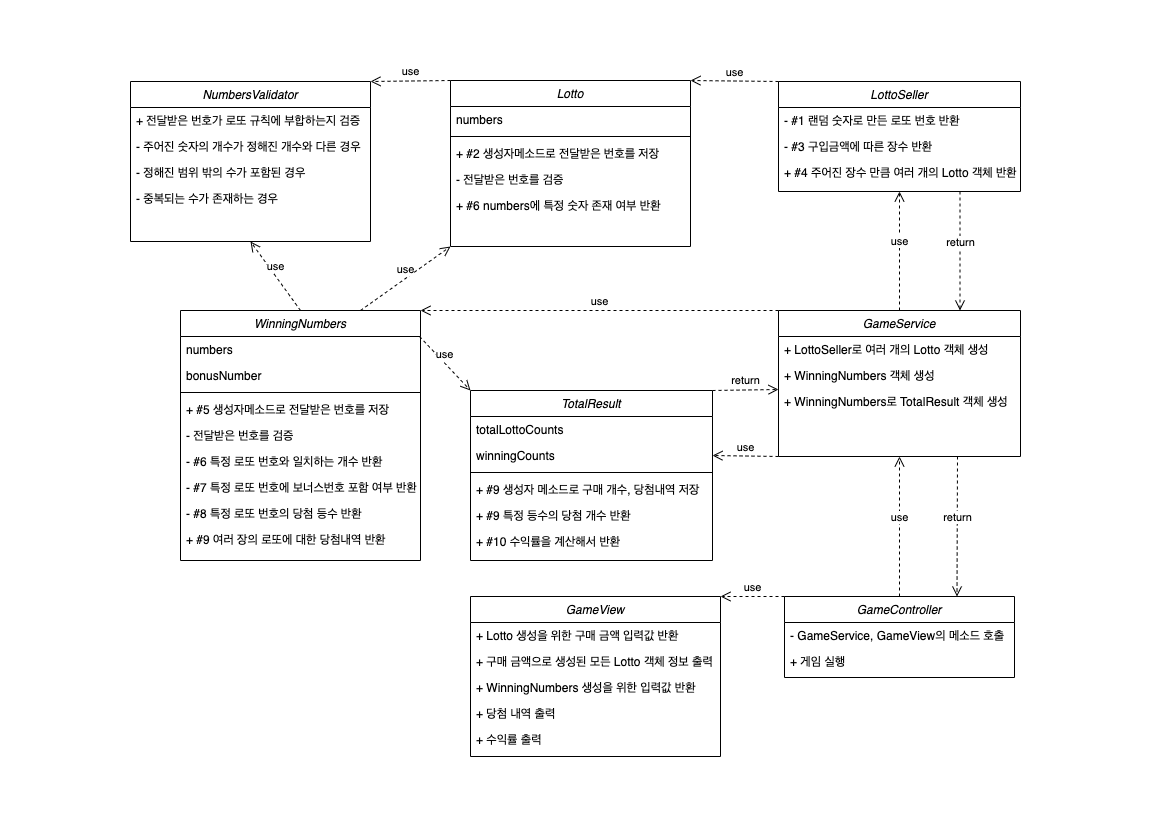
Earlier version of the draw.io export docs/class-diagram.drawio.png (yoondgu/java-lotto). Source tidied: cells renumbered, new cells last; positions are measured from the earlier drawing's top-left corner, leaving out a move shared by most shapes.
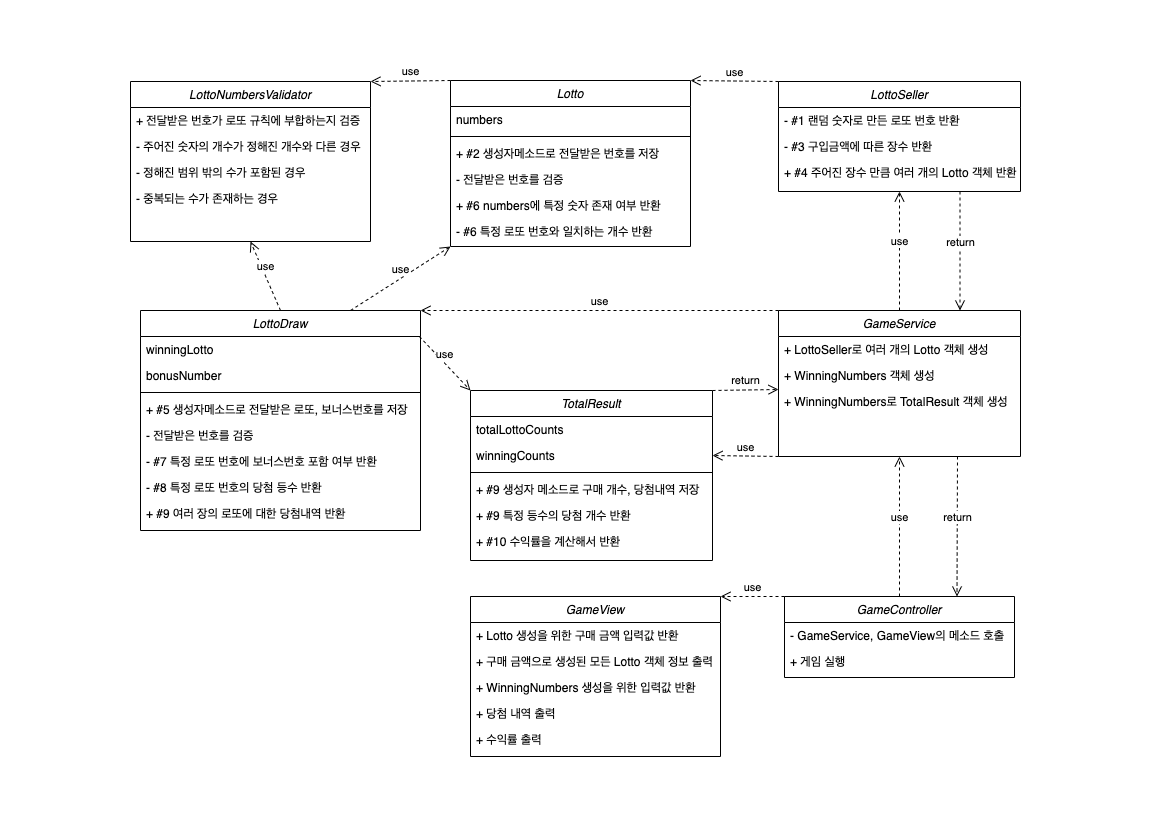
The same file after the commit.

Commit message:
:memo:docs: 클래스 다이어그램에 리팩토링으로 인한 변경사항 반영

What changed in the source:
```diff
@@ -20,6 +20,9 @@
     <mxCell id="7" value="+ #6 numbers에 특정 숫자 존재 여부 반환" style="text;align=left;verticalAlign=top;spacingLeft=4;spacingRight=4;overflow=hidden;" parent="2" vertex="1">
       <mxGeometry y="112" width="240" height="26" as="geometry" />
     </mxCell>
+    <mxCell id="18" value="- #6 특정 로또 번호와 일치하는 개수 반환" style="text;align=left;verticalAlign=top;spacingLeft=4;spacingRight=4;overflow=hidden;" parent="2" vertex="1">
+      <mxGeometry y="138" width="240" height="26" as="geometry" />
+    </mxCell>
     <mxCell id="8" value="LottoSeller" style="swimlane;fontStyle=2;align=center;verticalAlign=top;horizontal=1;startSize=26;rounded=0;shadow=0;strokeWidth=1;" parent="1" vertex="1">
       <mxGeometry x="648" y="1" width="242" height="110" as="geometry" />
     </mxCell>
@@ -32,40 +35,37 @@
     <mxCell id="11" value="+ #4 주어진 장수 만큼 여러 개의 Lotto 객체 반환&#10;" style="text;align=left;verticalAlign=top;spacingLeft=4;spacingRight=4;overflow=hidden;rounded=0;shadow=0;html=0;" parent="8" vertex="1">
       <mxGeometry y="78" width="242" height="26" as="geometry" />
     </mxCell>
-    <mxCell id="12" value="WinningNumbers" style="swimlane;fontStyle=2;align=center;verticalAlign=top;horizontal=1;startSize=26;rounded=0;shadow=0;strokeWidth=1;" parent="1" vertex="1">
-      <mxGeometry x="50" y="230" width="240" height="250" as="geometry" />
+    <mxCell id="12" value="LottoDraw" style="swimlane;fontStyle=2;align=center;verticalAlign=top;horizontal=1;startSize=26;rounded=0;shadow=0;strokeWidth=1;" parent="1" vertex="1">
+      <mxGeometry x="10" y="230" width="280" height="220" as="geometry" />
     </mxCell>
-    <mxCell id="13" value="numbers" style="text;align=left;verticalAlign=top;spacingLeft=4;spacingRight=4;overflow=hidden;points=[[0,0.5],[1,0.5]];portConstraint=eastwest;" parent="12" vertex="1">
-      <mxGeometry y="26" width="240" height="26" as="geometry" />
+    <mxCell id="13" value="winningLotto" style="text;align=left;verticalAlign=top;spacingLeft=4;spacingRight=4;overflow=hidden;points=[[0,0.5],[1,0.5]];portConstraint=eastwest;" parent="12" vertex="1">
+      <mxGeometry y="26" width="280" height="26" as="geometry" />
     </mxCell>
     <mxCell id="14" value="bonusNumber" style="text;align=left;verticalAlign=top;spacingLeft=4;spacingRight=4;overflow=hidden;" parent="12" vertex="1">
-      <mxGeometry y="52" width="240" height="26" as="geometry" />
+      <mxGeometry y="52" width="280" height="26" as="geometry" />
     </mxCell>
     <mxCell id="15" style="line;html=1;strokeWidth=1;align=left;verticalAlign=middle;spacingTop=-1;spacingLeft=3;spacingRight=3;labelPosition=right;" parent="12" vertex="1">
-      <mxGeometry y="78" width="240" height="8" as="geometry" />
+      <mxGeometry y="78" width="280" height="8" as="geometry" />
     </mxCell>
-    <mxCell id="16" value="+ #5 생성자메소드로 전달받은 번호를 저장" style="text;align=left;verticalAlign=top;spacingLeft=4;spacingRight=4;overflow=hidden;" parent="12" vertex="1">
-      <mxGeometry y="86" width="240" height="26" as="geometry" />
+    <mxCell id="16" value="+ #5 생성자메소드로 전달받은 로또, 보너스번호를 저장" style="text;align=left;verticalAlign=top;spacingLeft=4;spacingRight=4;overflow=hidden;" parent="12" vertex="1">
+      <mxGeometry y="86" width="280" height="26" as="geometry" />
     </mxCell>
     <mxCell id="17" value="- 전달받은 번호를 검증" style="text;align=left;verticalAlign=top;spacingLeft=4;spacingRight=4;overflow=hidden;" parent="12" vertex="1">
-      <mxGeometry y="112" width="240" height="26" as="geometry" />
+      <mxGeometry y="112" width="280" height="26" as="geometry" />
     </mxCell>
-    <mxCell id="18" value="- #6 특정 로또 번호와 일치하는 개수 반환" style="text;align=left;verticalAlign=top;spacingLeft=4;spacingRight=4;overflow=hidden;" parent="12" vertex="1">
-      <mxGeometry y="138" width="240" height="26" as="geometry" />
-    </mxCell>
     <mxCell id="19" value="- #7 특정 로또 번호에 보너스번호 포함 여부 반환" style="text;align=left;verticalAlign=top;spacingLeft=4;spacingRight=4;overflow=hidden;" parent="12" vertex="1">
-      <mxGeometry y="164" width="240" height="26" as="geometry" />
+      <mxGeometry y="138" width="280" height="26" as="geometry" />
     </mxCell>
     <mxCell id="20" value="- #8 특정 로또 번호의 당첨 등수 반환" style="text;align=left;verticalAlign=top;spacingLeft=4;spacingRight=4;overflow=hidden;" parent="12" vertex="1">
-      <mxGeometry y="190" width="240" height="26" as="geometry" />
+      <mxGeometry y="164" width="280" height="26" as="geometry" />
     </mxCell>
     <mxCell id="21" value="+ #9 여러 장의 로또에 대한 당첨내역 반환" style="text;align=left;verticalAlign=top;spacingLeft=4;spacingRight=4;overflow=hidden;" parent="12" vertex="1">
-      <mxGeometry y="216" width="240" height="26" as="geometry" />
+      <mxGeometry y="190" width="280" height="26" as="geometry" />
     </mxCell>
     <mxCell id="22" value="use" style="html=1;verticalAlign=bottom;endArrow=open;dashed=1;endSize=8;rounded=0;entryX=1;entryY=0;entryDx=0;entryDy=0;exitX=0;exitY=0;exitDx=0;exitDy=0;" parent="1" edge="1" source="8" target="2">
       <mxGeometry relative="1" as="geometry" />
     </mxCell>
-    <mxCell id="23" value="NumbersValidator" style="swimlane;fontStyle=2;align=center;verticalAlign=top;horizontal=1;startSize=26;rounded=0;shadow=0;strokeWidth=1;" parent="1" vertex="1">
+    <mxCell id="23" value="LottoNumbersValidator" style="swimlane;fontStyle=2;align=center;verticalAlign=top;horizontal=1;startSize=26;rounded=0;shadow=0;strokeWidth=1;" parent="1" vertex="1">
       <mxGeometry y="1" width="240" height="160" as="geometry" />
     </mxCell>
     <mxCell id="24" value="+ 전달받은 번호가 로또 규칙에 부합하는지 검증" style="text;align=left;verticalAlign=top;spacingLeft=4;spacingRight=4;overflow=hidden;" parent="23" vertex="1">
```
